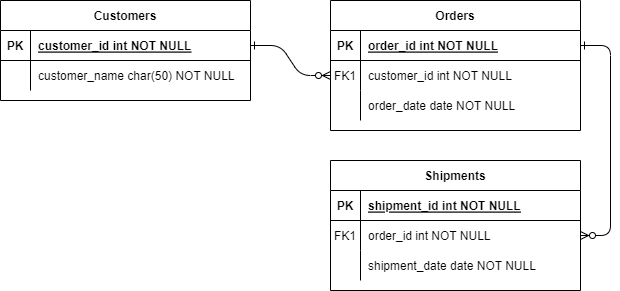
Estagio-IFSP/Estoque-CTI keeps this draw.io diagram as documents/diagrams/DER - Estoque.drawio.png. Above is the earlier version. Source tidied: cells renumbered, new cells last; positions are measured from the earlier drawing's top-left corner, leaving out a move shared by most shapes.
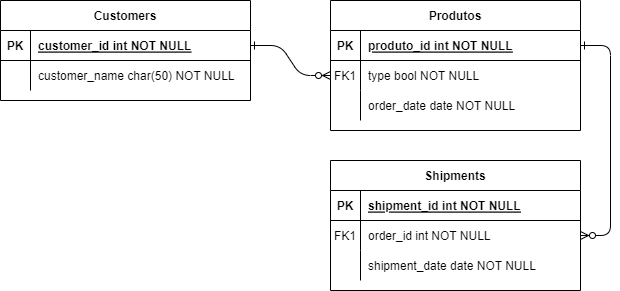
Later version of the same file.

The edit, as a diff of the source:
```diff
@@ -8,7 +8,7 @@
     <mxCell id="3" style="edgeStyle=entityRelationEdgeStyle;endArrow=ERzeroToMany;startArrow=ERone;endFill=1;startFill=0;fillColor=none;" parent="1" edge="1" source="5" target="18">
       <mxGeometry relative="1" as="geometry" />
     </mxCell>
-    <mxCell id="4" value="Orders" style="shape=table;startSize=30;rowLines=0;fontStyle=1;align=center;" parent="1" vertex="1">
+    <mxCell id="4" value="Produtos" style="shape=table;startSize=30;rowLines=0;fontStyle=1;align=center;" parent="1" vertex="1">
       <mxGeometry x="330" width="250" height="130" as="geometry" />
     </mxCell>
     <mxCell id="5" style="shape=partialRectangle;points=[[0,0.5],[1,0.5]];portConstraint=eastwest;top=0;left=0;right=0;bottom=1;fillColor=none;" parent="4" vertex="1">
@@ -17,7 +17,7 @@
     <mxCell id="6" value="PK" style="shape=partialRectangle;overflow=hidden;top=0;left=0;bottom=0;right=0;fontStyle=1;fillColor=none;" parent="5" vertex="1">
       <mxGeometry width="30" height="30" as="geometry" />
     </mxCell>
-    <mxCell id="7" value="order_id int NOT NULL " style="shape=partialRectangle;overflow=hidden;top=0;left=0;bottom=0;right=0;align=left;spacingLeft=6;fontStyle=5;fillColor=none;" parent="5" vertex="1">
+    <mxCell id="7" value="produto_id int NOT NULL " style="shape=partialRectangle;overflow=hidden;top=0;left=0;bottom=0;right=0;align=left;spacingLeft=6;fontStyle=5;fillColor=none;" parent="5" vertex="1">
       <mxGeometry x="30" width="220" height="30" as="geometry" />
     </mxCell>
     <mxCell id="8" style="shape=partialRectangle;points=[[0,0.5],[1,0.5]];portConstraint=eastwest;top=0;left=0;right=0;bottom=0;fillColor=none;" parent="4" vertex="1">
@@ -26,7 +26,7 @@
     <mxCell id="9" value="FK1" style="shape=partialRectangle;overflow=hidden;top=0;left=0;bottom=0;right=0;fillColor=none;" parent="8" vertex="1">
       <mxGeometry width="30" height="30" as="geometry" />
     </mxCell>
-    <mxCell id="10" value="customer_id int NOT NULL" style="shape=partialRectangle;overflow=hidden;top=0;left=0;bottom=0;right=0;align=left;spacingLeft=6;fillColor=none;" parent="8" vertex="1">
+    <mxCell id="10" value="type bool NOT NULL" style="shape=partialRectangle;overflow=hidden;top=0;left=0;bottom=0;right=0;align=left;spacingLeft=6;fillColor=none;" parent="8" vertex="1">
       <mxGeometry x="30" width="220" height="30" as="geometry" />
     </mxCell>
     <mxCell id="11" style="shape=partialRectangle;top=0;left=0;right=0;bottom=0;fillColor=none;" parent="4" vertex="1">
```
